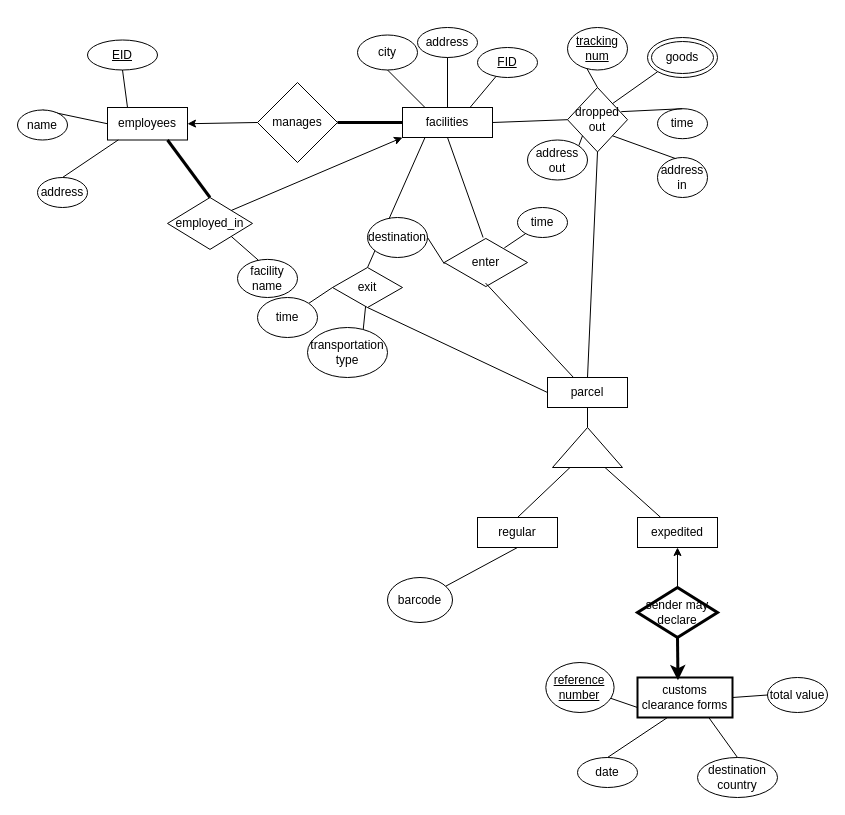
Before: Untitled Diagram.drawio in Ahmed-S7/Assignment_1, a draw.io diagram. Source tidied: cells renumbered, new cells numbered last; positions are measured from the earlier drawing's top-left corner, leaving out a move shared by most shapes. Both pictures are drawn from the tidied source at 100%, with x=0, y=0 at pixel (17, 27).
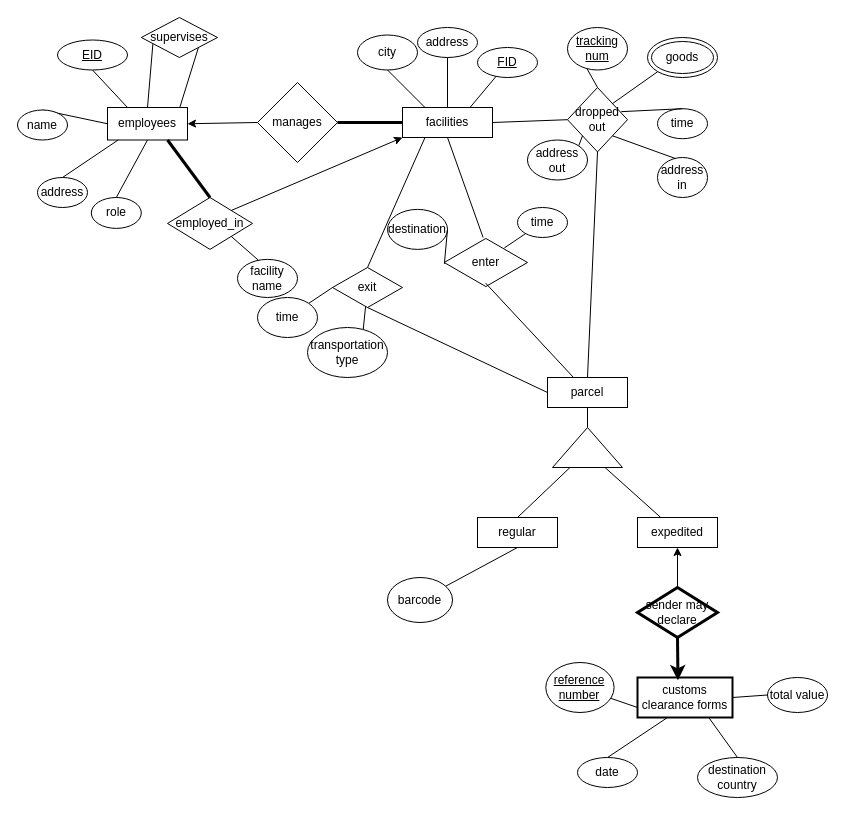
The same diagram, later.

Unchanged cells that the change refers to:
```xml
<mxCell id="13" value="employees" style="rounded=0;whiteSpace=wrap;html=1;" parent="1" vertex="1">
  <mxGeometry x="90" y="80" width="80" height="32.5" as="geometry" />
</mxCell>
```

Diff of the diagram source:
```diff
@@
     <mxCell id="41" value="destination" style="ellipse;whiteSpace=wrap;html=1;" parent="1" vertex="1">
-      <mxGeometry x="350" y="190" width="60" height="40" as="geometry" />
+      <mxGeometry x="370" y="181.9" width="60" height="40" as="geometry" />
     </mxCell>
@@
     <mxCell id="70" value="&lt;u&gt;EID&lt;/u&gt;" style="ellipse;whiteSpace=wrap;html=1;" parent="1" vertex="1">
-      <mxGeometry x="70" y="12.5" width="70" height="30" as="geometry" />
+      <mxGeometry x="40" y="12.5" width="70" height="30" as="geometry" />
     </mxCell>
@@
+    <mxCell id="72" style="endArrow=none;html=1;rounded=0;exitX=0.5;exitY=0;exitDx=0;exitDy=0;entryX=0.152;entryY=0.663;entryDx=0;entryDy=0;entryPerimeter=0;" parent="1" edge="1" source="13" target="74">
+      <mxGeometry relative="1" as="geometry" />
+    </mxCell>
+    <mxCell id="73" style="endArrow=none;html=1;rounded=0;exitX=0.905;exitY=-0.012;exitDx=0;exitDy=0;exitPerimeter=0;entryX=1;entryY=1;entryDx=0;entryDy=0;" parent="1" edge="1" source="13" target="74">
+      <mxGeometry relative="1" as="geometry" />
+    </mxCell>
+    <mxCell id="74" value="supervises" style="rhombus;whiteSpace=wrap;html=1;" parent="1" vertex="1">
+      <mxGeometry x="123.8" y="-10" width="76.2" height="40" as="geometry" />
+    </mxCell>
+    <mxCell id="75" style="endArrow=none;html=1;rounded=0;entryX=0.5;entryY=1;entryDx=0;entryDy=0;exitX=0.5;exitY=0;exitDx=0;exitDy=0;" parent="1" edge="1" source="76" target="13">
+      <mxGeometry relative="1" as="geometry" />
+    </mxCell>
+    <mxCell id="76" value="role" style="ellipse;whiteSpace=wrap;html=1;" parent="1" vertex="1">
+      <mxGeometry x="73.8" y="170" width="50" height="30.9" as="geometry" />
+    </mxCell>
```
